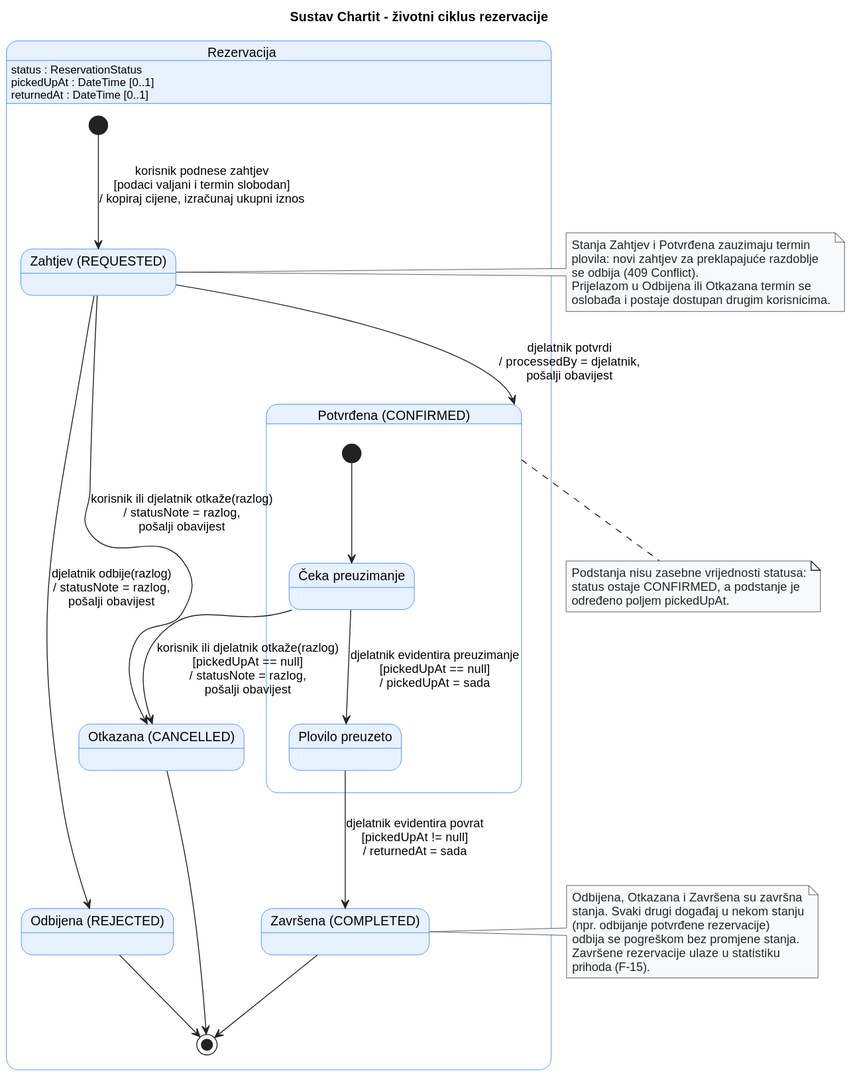
Before: docs/assets/diagrams/4-5-chartit-reservation-SM.svg, a diagram exported from PlantUML (tmpteamname1/ChartIt). The source it was exported from:
```plantuml
@startuml
title Sustav Chartit - životni ciklus rezervacije

skinparam shadowing false
skinparam defaultFontName Arial
skinparam ArrowColor #212529

skinparam state {
    BackgroundColor #E7F1FF
    BorderColor #0D6EFD
}

skinparam note {
    BackgroundColor #F8F9FA
    BorderColor #212529
    FontColor #212529
}

state "Rezervacija" as Life {

  Life : status : ReservationStatus
  Life : pickedUpAt : DateTime [0..1]
  Life : returnedAt : DateTime [0..1]

  [*] --> Requested : korisnik podnese zahtjev\n[podaci valjani i termin slobodan]\n/ kopiraj cijene, izračunaj ukupni iznos

  state "Zahtjev (REQUESTED)" as Requested
  state "Odbijena (REJECTED)" as Rejected
  state "Otkazana (CANCELLED)" as Cancelled
  state "Završena (COMPLETED)" as Completed

  state "Potvrđena (CONFIRMED)" as Confirmed {
    state "Čeka preuzimanje" as AwaitingPickup
    state "Plovilo preuzeto" as PickedUp

    [*] --> AwaitingPickup
    AwaitingPickup --> PickedUp : djelatnik evidentira preuzimanje\n[pickedUpAt == null]\n/ pickedUpAt = sada
  }

  Requested --> Confirmed : djelatnik potvrdi\n/ processedBy = djelatnik,\npošalji obavijest
  Requested --> Rejected : djelatnik odbije(razlog)\n/ statusNote = razlog,\npošalji obavijest

  Requested --> Cancelled : korisnik ili djelatnik otkaže(razlog)\n/ statusNote = razlog,\npošalji obavijest
  AwaitingPickup --> Cancelled : korisnik ili djelatnik otkaže(razlog)\n[pickedUpAt == null]\n/ statusNote = razlog,\npošalji obavijest

  PickedUp --> Completed : djelatnik evidentira povrat\n[pickedUpAt != null]\n/ returnedAt = sada

  Rejected --> [*]
  Cancelled --> [*]
  Completed --> [*]
}


note right of Requested
  Stanja Zahtjev i Potvrđena zauzimaju termin
  plovila: novi zahtjev za preklapajuće razdoblje
  se odbija (409 Conflict).
  Prijelazom u Odbijena ili Otkazana termin se
  oslobađa i postaje dostupan drugim korisnicima.
end note

note bottom of Confirmed
  Podstanja nisu zasebne vrijednosti statusa:
  status ostaje CONFIRMED, a podstanje je
  određeno poljem pickedUpAt.
end note

note right of Completed
  Odbijena, Otkazana i Završena su završna
  stanja. Svaki drugi događaj u nekom stanju
  (npr. odbijanje potvrđene rezervacije)
  odbija se pogreškom bez promjene stanja.
  Završene rezervacije ulaze u statistiku
  prihoda (F-15).
end note
@enduml
```
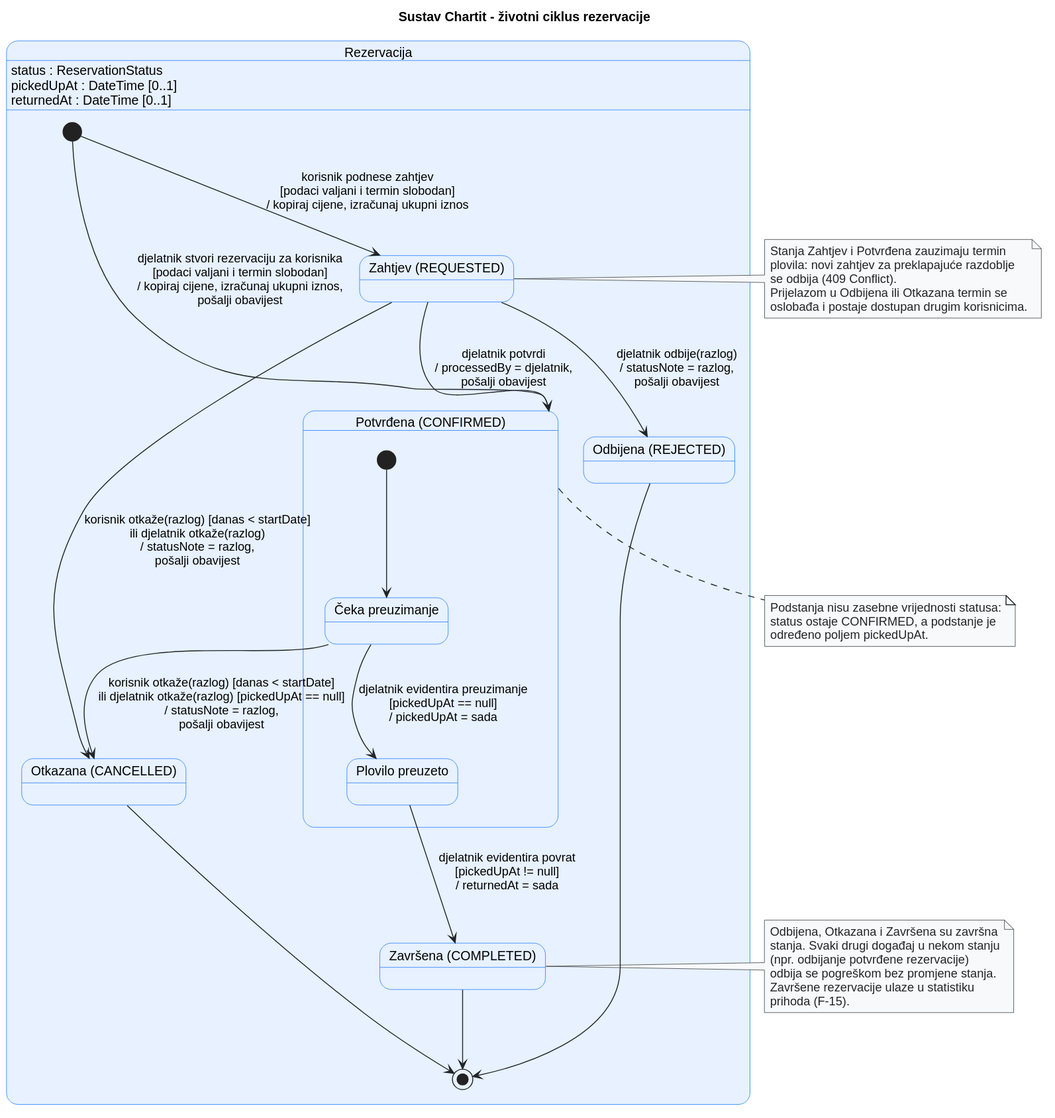
Later version of the same file.

Diff of the diagram source:
```diff
@@ -23,6 +23,7 @@
   Life : returnedAt : DateTime [0..1]
 
   [*] --> Requested : korisnik podnese zahtjev\n[podaci valjani i termin slobodan]\n/ kopiraj cijene, izračunaj ukupni iznos
+  [*] --> Confirmed : djelatnik stvori rezervaciju za korisnika\n[podaci valjani i termin slobodan]\n/ kopiraj cijene, izračunaj ukupni iznos,\npošalji obavijest
 
   state "Zahtjev (REQUESTED)" as Requested
   state "Odbijena (REJECTED)" as Rejected
@@ -40,8 +41,8 @@
   Requested --> Confirmed : djelatnik potvrdi\n/ processedBy = djelatnik,\npošalji obavijest
   Requested --> Rejected : djelatnik odbije(razlog)\n/ statusNote = razlog,\npošalji obavijest
 
-  Requested --> Cancelled : korisnik ili djelatnik otkaže(razlog)\n/ statusNote = razlog,\npošalji obavijest
-  AwaitingPickup --> Cancelled : korisnik ili djelatnik otkaže(razlog)\n[pickedUpAt == null]\n/ statusNote = razlog,\npošalji obavijest
+  Requested --> Cancelled : korisnik otkaže(razlog) [danas < startDate]\nili djelatnik otkaže(razlog)\n/ statusNote = razlog,\npošalji obavijest
+  AwaitingPickup --> Cancelled : korisnik otkaže(razlog) [danas < startDate]\nili djelatnik otkaže(razlog) [pickedUpAt == null]\n/ statusNote = razlog,\npošalji obavijest
 
   PickedUp --> Completed : djelatnik evidentira povrat\n[pickedUpAt != null]\n/ returnedAt = sada
 
```
